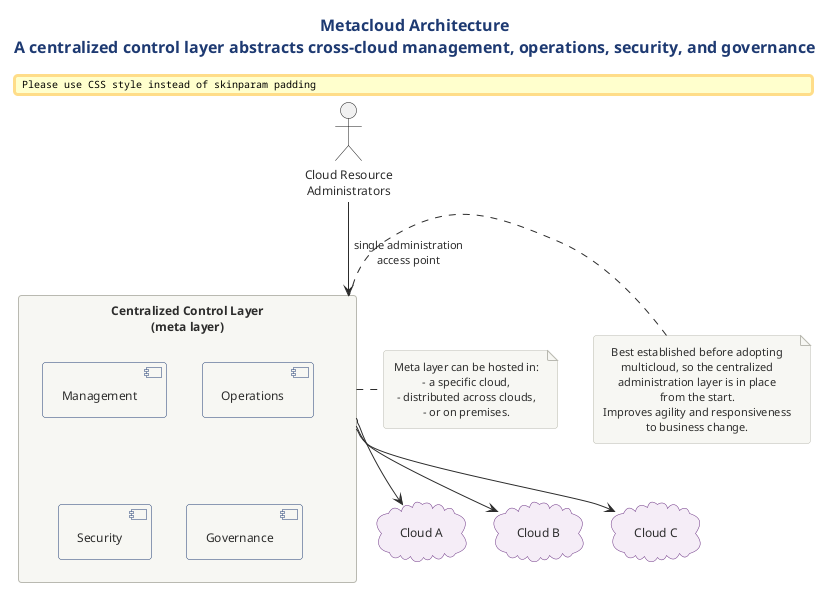
Notoriousjayy/latex-docs keeps this PlantUML diagram as src/architecture/cloud/architecture/cloud-architecture-diagram-library/specialized-cloud-architectures-puml/png/15-metacloud.png. Above is the earlier version.
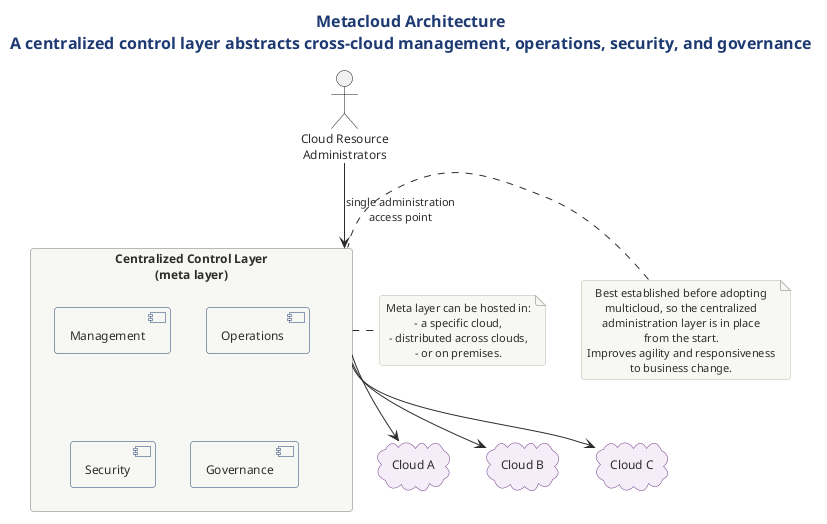
The same diagram one commit later.

The edit, as a diff of the source:
```diff
@@ -1,4 +1,4 @@
-@startuml metacloud
+@startuml
 !include ../../../../../../tooling/styles/plantuml/structural/deployment-diagram-style.iuml
 
 title Metacloud Architecture\nA centralized control layer abstracts cross-cloud management, operations, security, and governance
```
